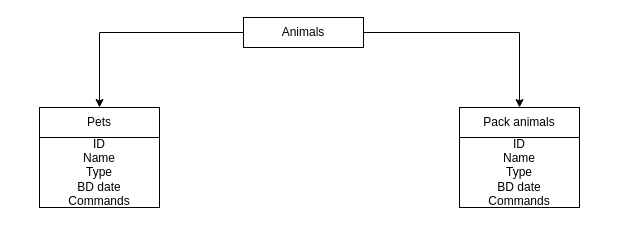
Kirek-PRIEST/GB_1_final_control_work keeps this draw.io diagram as MySQL/HW.drawio. Above is the earlier version. Source tidied: cells renumbered, new cells numbered last; positions are measured from the earlier drawing's top-left corner, leaving out a move shared by most shapes. Both pictures are drawn from the tidied source at 100%, with x=0, y=0 at pixel (39, 17).
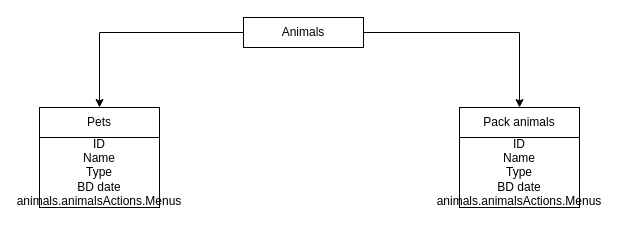
The same diagram, later.

Diff of the diagram source:
```diff
@@
 <mxGraphModel>
   <root>
     <mxCell id="0" />
     <mxCell id="1" parent="0" />
     <mxCell id="2" style="edgeStyle=orthogonalEdgeStyle;rounded=0;jettySize=auto;html=1;" parent="1" edge="1" source="4" target="5">
       <mxGeometry relative="1" as="geometry" />
     </mxCell>
     <mxCell id="3" style="edgeStyle=orthogonalEdgeStyle;rounded=0;jettySize=auto;html=1;entryX=0.5;entryY=0;entryDx=0;entryDy=0;" parent="1" edge="1" source="4" target="6">
       <mxGeometry relative="1" as="geometry" />
     </mxCell>
     <mxCell id="4" value="Animals" style="rounded=0;whiteSpace=wrap;html=1;" parent="1" vertex="1">
       <mxGeometry x="204" width="120" height="30" as="geometry" />
     </mxCell>
     <mxCell id="5" value="Pets" style="whiteSpace=wrap;html=1;rounded=0;" parent="1" vertex="1">
       <mxGeometry y="90" width="120" height="30" as="geometry" />
     </mxCell>
     <mxCell id="6" value="Pack animals" style="whiteSpace=wrap;html=1;rounded=0;" parent="1" vertex="1">
       <mxGeometry x="420" y="90" width="120" height="30" as="geometry" />
     </mxCell>
-    <mxCell id="7" value="ID&lt;div&gt;Name&lt;/div&gt;&lt;div&gt;Type&lt;/div&gt;&lt;div&gt;BD date&lt;/div&gt;&lt;div&gt;Commands&lt;/div&gt;" style="rounded=0;whiteSpace=wrap;html=1;" parent="1" vertex="1">
+    <mxCell id="7" value="ID&lt;div&gt;Name&lt;/div&gt;&lt;div&gt;Type&lt;/div&gt;&lt;div&gt;BD date&lt;/div&gt;&lt;div&gt;animals.animalsActions.Menus&lt;/div&gt;" style="rounded=0;whiteSpace=wrap;html=1;" parent="1" vertex="1">
       <mxGeometry y="120" width="120" height="70" as="geometry" />
     </mxCell>
-    <mxCell id="8" value="ID&lt;div&gt;Name&lt;/div&gt;&lt;div&gt;Type&lt;/div&gt;&lt;div&gt;BD date&lt;/div&gt;&lt;div&gt;Commands&lt;/div&gt;" style="rounded=0;whiteSpace=wrap;html=1;" parent="1" vertex="1">
+    <mxCell id="8" value="ID&lt;div&gt;Name&lt;/div&gt;&lt;div&gt;Type&lt;/div&gt;&lt;div&gt;BD date&lt;/div&gt;&lt;div&gt;animals.animalsActions.Menus&lt;/div&gt;" style="rounded=0;whiteSpace=wrap;html=1;" parent="1" vertex="1">
       <mxGeometry x="420" y="120" width="120" height="70" as="geometry" />
     </mxCell>
   </root>
 </mxGraphModel>
```
